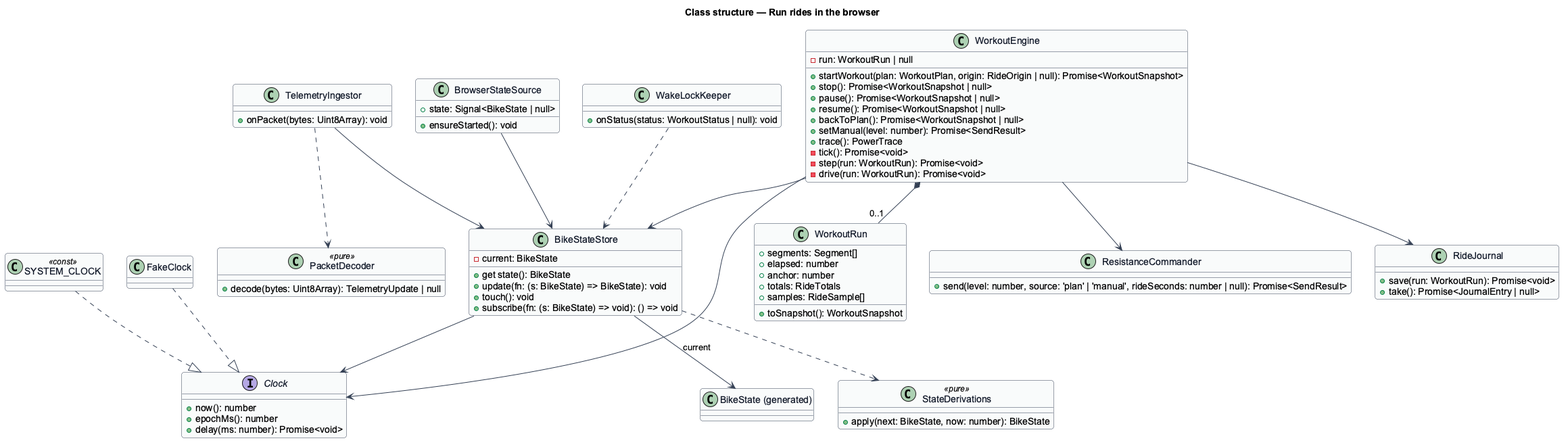
QuinntyneBrown/ride-one keeps this PlantUML diagram as docs/detailed-designs/browser-edition/run-rides-in-browser/diagrams/class-structure.png. Above is the earlier version. The source it was exported from:
```plantuml
@startuml
skinparam backgroundColor #FFFFFF
skinparam shadowing false
skinparam roundcorner 8
skinparam defaultFontName Arial
skinparam ArrowColor #344054
skinparam class {
  BorderColor #344054
  FontColor #101828
  BackgroundColor #F9FAFB
}
title Class structure — Run rides in the browser

interface Clock {
  +now(): number
  +epochMs(): number
  +delay(ms: number): Promise<void>
}
class SYSTEM_CLOCK <<const>>
class FakeClock
class BikeStateStore {
  -current: BikeState
  +get state(): BikeState
  +update(fn: (s: BikeState) => BikeState): void
  +touch(): void
  +subscribe(fn: (s: BikeState) => void): () => void
}
class StateDerivations <<pure>> {
  +apply(next: BikeState, now: number): BikeState
}
class PacketDecoder <<pure>> {
  +decode(bytes: Uint8Array): TelemetryUpdate | null
}
class TelemetryIngestor {
  +onPacket(bytes: Uint8Array): void
}
class WorkoutEngine {
  -run: WorkoutRun | null
  +startWorkout(plan: WorkoutPlan, origin: RideOrigin | null): Promise<WorkoutSnapshot>
  +stop(): Promise<WorkoutSnapshot | null>
  +pause(): Promise<WorkoutSnapshot | null>
  +resume(): Promise<WorkoutSnapshot | null>
  +backToPlan(): Promise<WorkoutSnapshot | null>
  +setManual(level: number): Promise<SendResult>
  +trace(): PowerTrace
  -tick(): Promise<void>
  -step(run: WorkoutRun): Promise<void>
  -drive(run: WorkoutRun): Promise<void>
}
class WorkoutRun {
  +segments: Segment[]
  +elapsed: number
  +anchor: number
  +totals: RideTotals
  +samples: RideSample[]
  +toSnapshot(): WorkoutSnapshot
}
class ResistanceCommander {
  +send(level: number, source: 'plan' | 'manual', rideSeconds: number | null): Promise<SendResult>
}
class BrowserStateSource {
  +state: Signal<BikeState | null>
  +ensureStarted(): void
}
class RideJournal {
  +save(run: WorkoutRun): Promise<void>
  +take(): Promise<JournalEntry | null>
}
class WakeLockKeeper {
  +onStatus(status: WorkoutStatus | null): void
}
class "BikeState (generated)" as BikeState

SYSTEM_CLOCK ..|> Clock
FakeClock ..|> Clock
BikeStateStore ..> StateDerivations
BikeStateStore --> Clock
BikeStateStore --> BikeState : current
TelemetryIngestor ..> PacketDecoder
TelemetryIngestor --> BikeStateStore
WorkoutEngine --> Clock
WorkoutEngine *-- "0..1" WorkoutRun
WorkoutEngine --> ResistanceCommander
WorkoutEngine --> BikeStateStore
WorkoutEngine --> RideJournal
BrowserStateSource --> BikeStateStore
WakeLockKeeper ..> BikeStateStore
@enduml
```
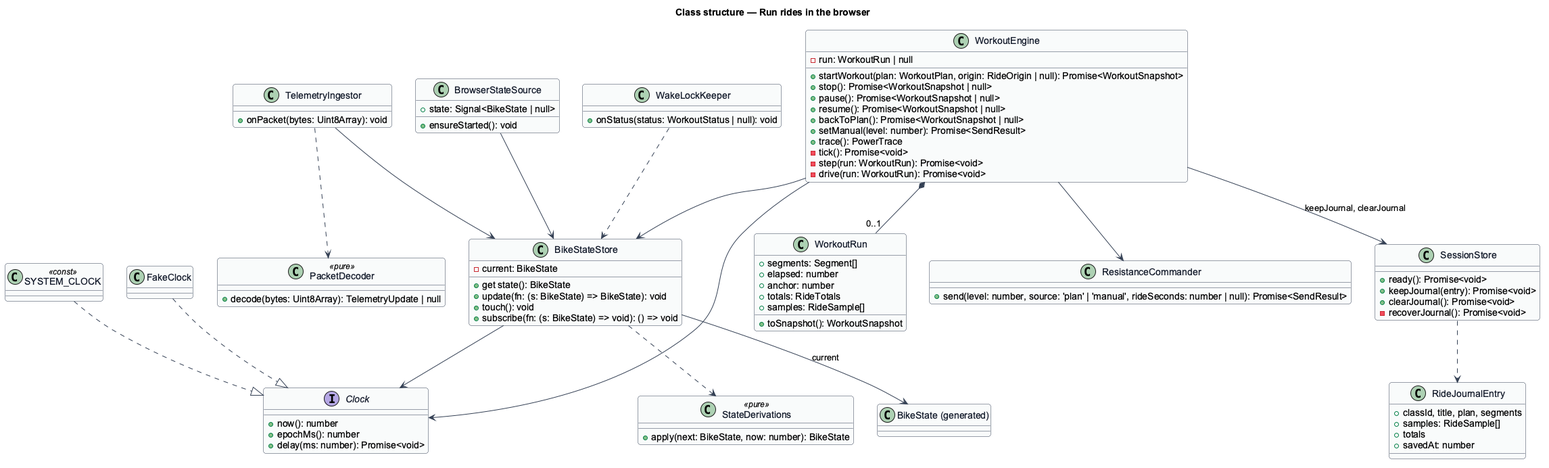
Above is the later version.

Diff of the diagram source:
```diff
@@ -62,9 +62,17 @@
   +state: Signal<BikeState | null>
   +ensureStarted(): void
 }
-class RideJournal {
-  +save(run: WorkoutRun): Promise<void>
-  +take(): Promise<JournalEntry | null>
+class RideJournalEntry {
+  +classId, title, plan, segments
+  +samples: RideSample[]
+  +totals
+  +savedAt: number
+}
+class SessionStore {
+  +ready(): Promise<void>
+  +keepJournal(entry): Promise<void>
+  +clearJournal(): Promise<void>
+  -recoverJournal(): Promise<void>
 }
 class WakeLockKeeper {
   +onStatus(status: WorkoutStatus | null): void
@@ -82,7 +90,8 @@
 WorkoutEngine *-- "0..1" WorkoutRun
 WorkoutEngine --> ResistanceCommander
 WorkoutEngine --> BikeStateStore
-WorkoutEngine --> RideJournal
+WorkoutEngine --> SessionStore : keepJournal, clearJournal
+SessionStore ..> RideJournalEntry
 BrowserStateSource --> BikeStateStore
 WakeLockKeeper ..> BikeStateStore
 @enduml
```
